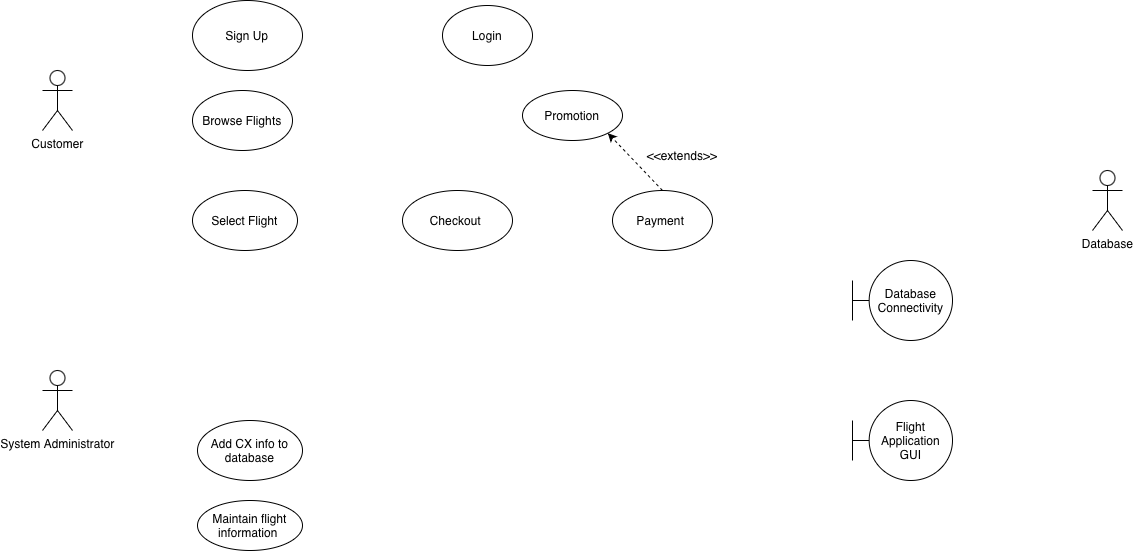
Earlier version of the draw.io export SystemUseCaseDiagram.drawio.png (aditi-j25/Flight_Flow_Reservation_System). Source tidied: cells renumbered, new cells last; positions are measured from the earlier drawing's top-left corner, leaving out a move shared by most shapes.
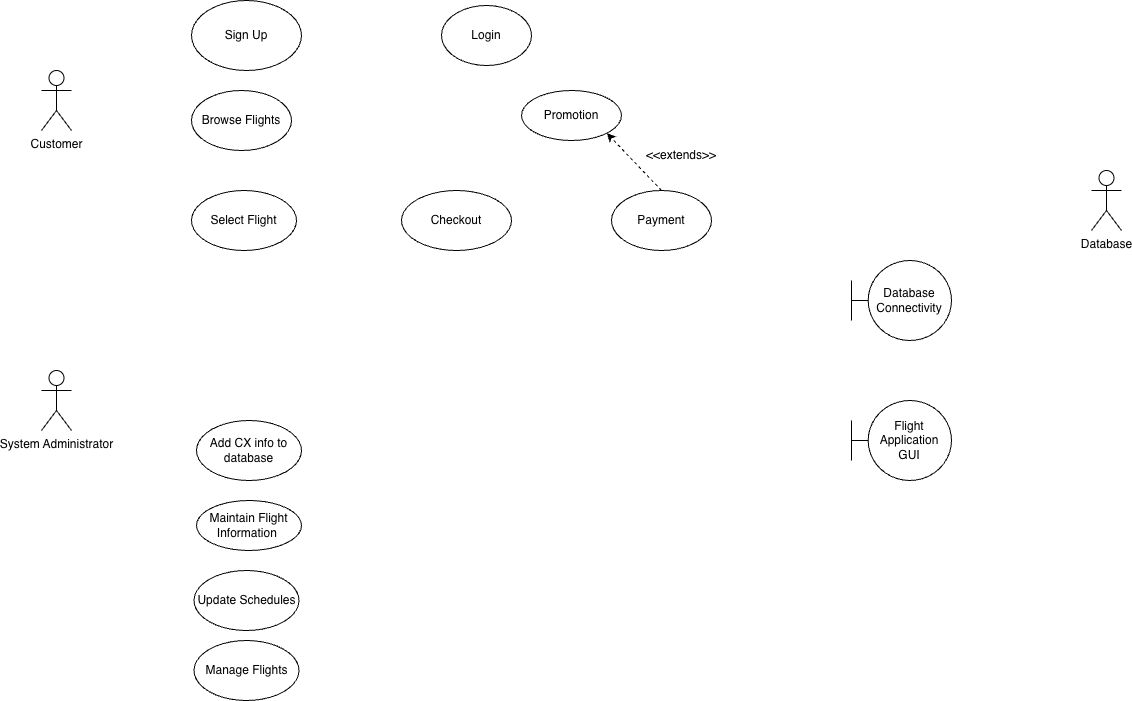
Later version of the same file.

Change to the diagram source:
```diff
@@ -14,7 +14,7 @@
     <mxCell id="5" value="System Administrator" style="shape=umlActor;verticalLabelPosition=bottom;verticalAlign=top;html=1;" parent="1" vertex="1">
       <mxGeometry y="370" width="30" height="60" as="geometry" />
     </mxCell>
-    <mxCell id="6" value="Checkout&amp;nbsp;" style="ellipse;whiteSpace=wrap;html=1;" parent="1" vertex="1">
+    <mxCell id="6" value="Checkout" style="ellipse;whiteSpace=wrap;html=1;" parent="1" vertex="1">
       <mxGeometry x="360" y="190" width="110" height="60" as="geometry" />
     </mxCell>
     <mxCell id="7" value="Add CX info to database" style="ellipse;whiteSpace=wrap;html=1;" parent="1" vertex="1">
@@ -29,13 +29,13 @@
     <mxCell id="10" value="Sign Up" style="ellipse;whiteSpace=wrap;html=1;" parent="1" vertex="1">
       <mxGeometry x="150" width="110" height="70" as="geometry" />
     </mxCell>
-    <mxCell id="11" value="Maintain flight information&amp;nbsp;" style="ellipse;whiteSpace=wrap;html=1;" parent="1" vertex="1">
+    <mxCell id="11" value="Maintain Flight Information&amp;nbsp;" style="ellipse;whiteSpace=wrap;html=1;" parent="1" vertex="1">
       <mxGeometry x="155" y="500" width="105" height="50" as="geometry" />
     </mxCell>
     <mxCell id="12" value="Database Connectivity" style="shape=umlBoundary;whiteSpace=wrap;html=1;" parent="1" vertex="1">
       <mxGeometry x="810" y="260" width="100" height="80" as="geometry" />
     </mxCell>
-    <mxCell id="13" value="Payment&amp;nbsp;" style="ellipse;whiteSpace=wrap;html=1;" parent="1" vertex="1">
+    <mxCell id="13" value="Payment" style="ellipse;whiteSpace=wrap;html=1;" parent="1" vertex="1">
       <mxGeometry x="570" y="190" width="100" height="60" as="geometry" />
     </mxCell>
     <mxCell id="14" value="Flight Application GUI" style="shape=umlBoundary;whiteSpace=wrap;html=1;" parent="1" vertex="1">
@@ -50,5 +50,11 @@
     <mxCell id="17" value="&amp;lt;&amp;lt;extends&amp;gt;&amp;gt;" style="text;html=1;whiteSpace=wrap;strokeColor=none;fillColor=none;align=center;verticalAlign=middle;rounded=0;" parent="1" vertex="1">
       <mxGeometry x="610" y="140" width="60" height="30" as="geometry" />
     </mxCell>
+    <mxCell id="18" value="Manage Flights" style="ellipse;whiteSpace=wrap;html=1;" parent="1" vertex="1">
+      <mxGeometry x="152.5" y="640" width="105" height="60" as="geometry" />
+    </mxCell>
+    <mxCell id="19" value="Update Schedules" style="ellipse;whiteSpace=wrap;html=1;" parent="1" vertex="1">
+      <mxGeometry x="152.5" y="570" width="105" height="60" as="geometry" />
+    </mxCell>
   </root>
 </mxGraphModel>
```
